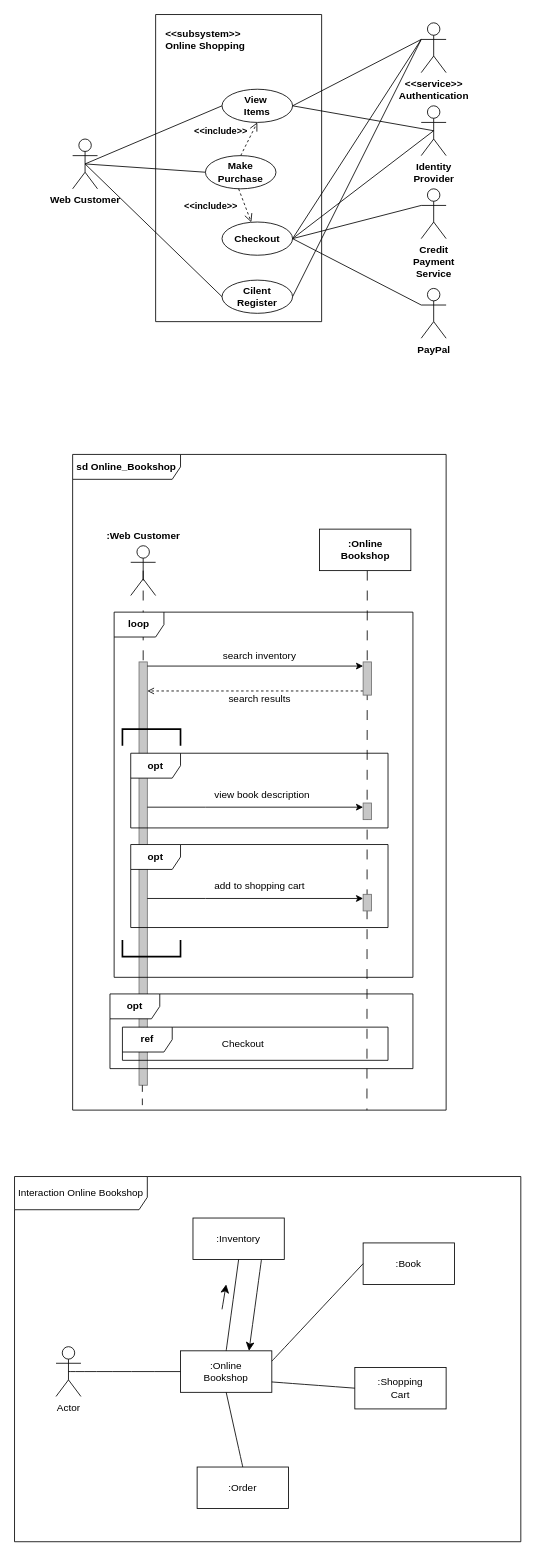
This is Use Case Diagram.drawio from TrgPhan/OOAD-IAI-2025-by-Phan-Quang-Truong-K68AAI1, a draw.io file, before an edit. Source tidied: cells renumbered, new cells numbered last; positions are measured from the earlier drawing's top-left corner, leaving out a move shared by most shapes. Both pictures are drawn from the tidied source at 83%, with x=0, y=0 at pixel (14, 14).
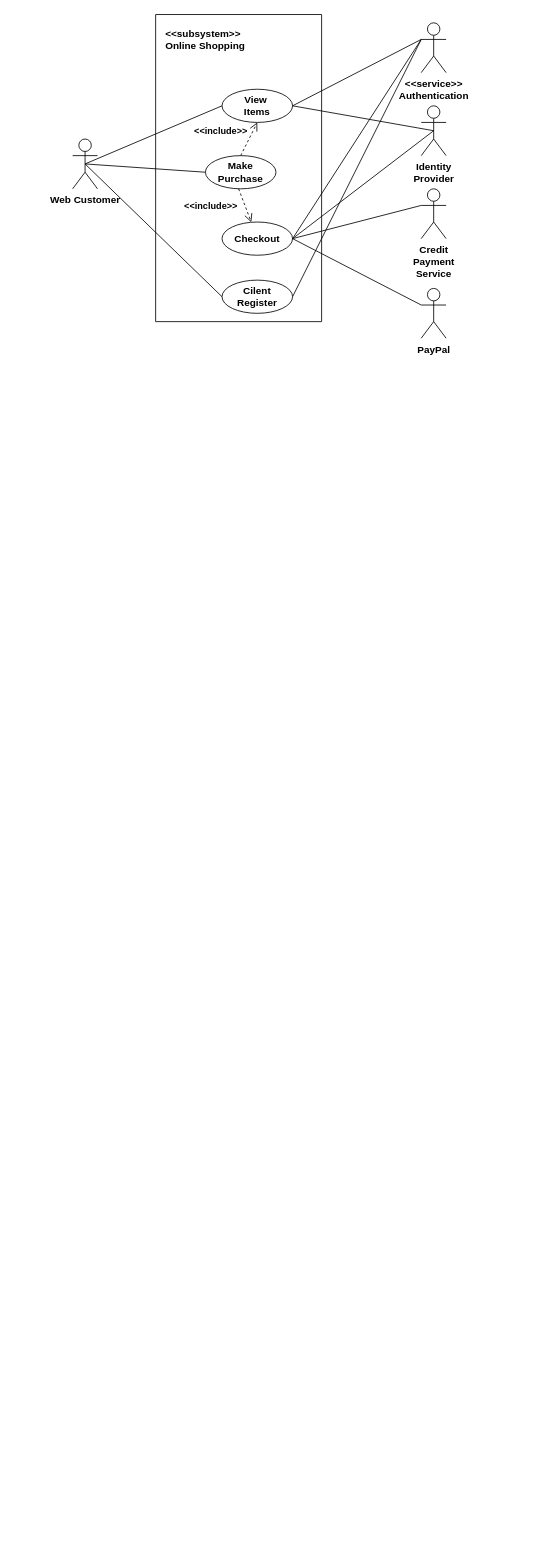
The same diagram, later.

Change to the diagram source:
```diff
@@
-    <mxCell id="2" style="edgeStyle=orthogonalEdgeStyle;rounded=0;orthogonalLoop=1;jettySize=auto;html=1;entryX=0.788;entryY=1.008;entryDx=0;entryDy=0;entryPerimeter=0;dashed=1;dashPattern=12 12;endArrow=none;startFill=0;" parent="1" edge="1">
-      <mxGeometry relative="1" as="geometry">
-        <mxPoint x="425" y="670" as="sourcePoint" />
-        <mxPoint x="424.6" y="1320" as="targetPoint" />
-        <Array as="points">
-          <mxPoint x="425" y="670" />
-        </Array>
-      </mxGeometry>
-    </mxCell>
@@
-    <mxCell id="27" value="sd Online_Bookshop" style="shape=umlFrame;whiteSpace=wrap;html=1;width=130;height=30;fontStyle=1;" parent="1" vertex="1">
-      <mxGeometry x="70" y="530" width="450" height="790" as="geometry" />
-    </mxCell>
-    <mxCell id="28" style="edgeStyle=orthogonalEdgeStyle;rounded=0;jettySize=auto;html=1;exitX=0.5;exitY=0.5;exitDx=0;exitDy=0;exitPerimeter=0;endArrow=none;startFill=0;dashed=1;dashPattern=12 12;fontStyle=1;" parent="1" edge="1" source="29" target="30">
-      <mxGeometry relative="1" as="geometry">
-        <Array as="points">
-          <mxPoint x="155" y="820" />
-          <mxPoint x="155" y="820" />
-        </Array>
-      </mxGeometry>
-    </mxCell>
-    <mxCell id="29" value=":Web Customer" style="shape=umlActor;verticalLabelPosition=bottom;verticalAlign=top;html=1;spacingTop=-85;fontStyle=1;" parent="1" vertex="1">
-      <mxGeometry x="140" y="640" width="30" height="60" as="geometry" />
-    </mxCell>
-    <mxCell id="30" style="html=1;points=[[0,0,0,0,5],[0,1,0,0,-5],[1,0,0,0,5],[1,1,0,0,-5]];perimeter=orthogonalPerimeter;outlineConnect=0;targetShapes=umlLifeline;portConstraint=eastwest;newEdgeStyle={&quot;curved&quot;:0,&quot;rounded&quot;:0};fillColor=light-dark(#c7c7c7, #ededed);strokeColor=light-dark(#707070, #ededed);fontStyle=1;" parent="1" vertex="1">
-      <mxGeometry x="150" y="780" width="10" height="510" as="geometry" />
-    </mxCell>
-    <mxCell id="31" value="loop" style="shape=umlFrame;whiteSpace=wrap;html=1;fontStyle=1;" parent="1" vertex="1">
-      <mxGeometry x="120" y="720" width="360" height="440" as="geometry" />
-    </mxCell>
-    <mxCell id="32" style="html=1;verticalAlign=bottom;endArrow=none;dashed=1;endSize=8;curved=0;rounded=0;startFill=0;dashPattern=8 8;fontStyle=1;" parent="1" edge="1" source="30">
-      <mxGeometry x="-0.28" y="16" relative="1" as="geometry">
-        <mxPoint x="154" y="1320" as="targetPoint" />
-      </mxGeometry>
-    </mxCell>
-    <mxCell id="33" value="opt" style="shape=umlFrame;whiteSpace=wrap;html=1;fontStyle=1;" parent="1" vertex="1">
-      <mxGeometry x="140" y="890" width="310" height="90" as="geometry" />
-    </mxCell>
-    <mxCell id="34" value="opt" style="shape=umlFrame;whiteSpace=wrap;html=1;fontStyle=1;" parent="1" vertex="1">
-      <mxGeometry x="140" y="1000" width="310" height="100" as="geometry" />
-    </mxCell>
-    <mxCell id="35" value="opt" style="shape=umlFrame;whiteSpace=wrap;html=1;fontStyle=1;" parent="1" vertex="1">
-      <mxGeometry x="115" y="1180" width="365" height="90" as="geometry" />
-    </mxCell>
-    <mxCell id="36" value="Checkout" style="text;html=1;align=center;verticalAlign=middle;strokeColor=none;fillColor=none;" parent="1" vertex="1">
-      <mxGeometry x="240" y="1225" width="70" height="30" as="geometry" />
-    </mxCell>
-    <mxCell id="37" value=":Online&lt;div&gt;Bookshop&lt;/div&gt;" style="html=1;whiteSpace=wrap;fontStyle=1;" parent="1" vertex="1">
-      <mxGeometry x="367.5" y="620" width="110" height="50" as="geometry" />
-    </mxCell>
-    <mxCell id="38" style="edgeStyle=orthogonalEdgeStyle;rounded=0;jettySize=auto;html=1;curved=0;exitX=0;exitY=1;exitDx=0;exitDy=-5;exitPerimeter=0;dashed=1;endArrow=open;endFill=0;" parent="1" edge="1" source="39" target="30">
-      <mxGeometry relative="1" as="geometry">
-        <Array as="points">
-          <mxPoint x="230" y="815" />
-          <mxPoint x="230" y="815" />
-        </Array>
-      </mxGeometry>
-    </mxCell>
-    <mxCell id="39" style="html=1;points=[[0,0,0,0,5],[0,1,0,0,-5],[1,0,0,0,5],[1,1,0,0,-5]];perimeter=orthogonalPerimeter;outlineConnect=0;targetShapes=umlLifeline;portConstraint=eastwest;newEdgeStyle={&quot;curved&quot;:0,&quot;rounded&quot;:0};fillColor=light-dark(#c7c7c7, #ededed);strokeColor=light-dark(#707070, #ededed);" parent="1" vertex="1">
-      <mxGeometry x="420" y="780" width="10" height="40" as="geometry" />
-    </mxCell>
-    <mxCell id="40" style="edgeStyle=orthogonalEdgeStyle;rounded=0;jettySize=auto;html=1;curved=0;exitX=1;exitY=0;exitDx=0;exitDy=5;exitPerimeter=0;entryX=0;entryY=0;entryDx=0;entryDy=5;entryPerimeter=0;" parent="1" edge="1" source="30" target="39">
-      <mxGeometry relative="1" as="geometry" />
-    </mxCell>
-    <mxCell id="41" value="search inventory" style="text;html=1;align=center;verticalAlign=middle;strokeColor=none;fillColor=none;" parent="1" vertex="1">
-      <mxGeometry x="240" y="758" width="110" height="30" as="geometry" />
-    </mxCell>
-    <mxCell id="42" value="search results" style="text;html=1;align=center;verticalAlign=middle;strokeColor=none;fillColor=none;" parent="1" vertex="1">
-      <mxGeometry x="245" y="810" width="100" height="30" as="geometry" />
-    </mxCell>
-    <mxCell id="43" style="strokeWidth=2;html=1;shape=mxgraph.flowchart.annotation_1;align=left;rotation=90;" parent="1" vertex="1">
-      <mxGeometry x="155" y="836" width="20" height="70" as="geometry" />
-    </mxCell>
-    <mxCell id="44" style="strokeWidth=2;html=1;shape=mxgraph.flowchart.annotation_1;align=left;rotation=-90;" parent="1" vertex="1">
-      <mxGeometry x="155" y="1090" width="20" height="70" as="geometry" />
-    </mxCell>
-    <mxCell id="45" style="html=1;points=[[0,0,0,0,5],[0,1,0,0,-5],[1,0,0,0,5],[1,1,0,0,-5]];perimeter=orthogonalPerimeter;outlineConnect=0;targetShapes=umlLifeline;portConstraint=eastwest;newEdgeStyle={&quot;curved&quot;:0,&quot;rounded&quot;:0};fillColor=light-dark(#c7c7c7, #ededed);strokeColor=light-dark(#707070, #ededed);" parent="1" vertex="1">
-      <mxGeometry x="420" y="950" width="10" height="20" as="geometry" />
-    </mxCell>
-    <mxCell id="46" style="edgeStyle=orthogonalEdgeStyle;rounded=0;jettySize=auto;html=1;curved=0;exitX=0;exitY=0;exitDx=0;exitDy=5;exitPerimeter=0;endArrow=none;startFill=1;startArrow=classic;" parent="1" edge="1" source="45" target="30">
-      <mxGeometry relative="1" as="geometry">
-        <Array as="points">
-          <mxPoint x="230" y="955" />
-          <mxPoint x="230" y="955" />
-        </Array>
-      </mxGeometry>
-    </mxCell>
-    <mxCell id="47" value="view book description" style="text;html=1;align=center;verticalAlign=middle;strokeColor=none;fillColor=none;" parent="1" vertex="1">
-      <mxGeometry x="227.5" y="925" width="140" height="30" as="geometry" />
-    </mxCell>
-    <mxCell id="48" style="edgeStyle=orthogonalEdgeStyle;rounded=0;jettySize=auto;html=1;curved=0;exitX=0;exitY=0;exitDx=0;exitDy=5;exitPerimeter=0;startArrow=classic;startFill=1;endArrow=none;" parent="1" edge="1" source="49" target="30">
-      <mxGeometry relative="1" as="geometry">
-        <Array as="points">
-          <mxPoint x="230" y="1065" />
-          <mxPoint x="230" y="1065" />
-        </Array>
-      </mxGeometry>
-    </mxCell>
-    <mxCell id="49" style="html=1;points=[[0,0,0,0,5],[0,1,0,0,-5],[1,0,0,0,5],[1,1,0,0,-5]];perimeter=orthogonalPerimeter;outlineConnect=0;targetShapes=umlLifeline;portConstraint=eastwest;newEdgeStyle={&quot;curved&quot;:0,&quot;rounded&quot;:0};fillColor=light-dark(#c7c7c7, #ededed);strokeColor=light-dark(#707070, #ededed);" parent="1" vertex="1">
-      <mxGeometry x="420" y="1060" width="10" height="20" as="geometry" />
-    </mxCell>
-    <mxCell id="50" value="add to shopping cart" style="text;html=1;align=center;verticalAlign=middle;strokeColor=none;fillColor=none;" parent="1" vertex="1">
-      <mxGeometry x="230" y="1035" width="130" height="30" as="geometry" />
-    </mxCell>
-    <mxCell id="51" value="ref" style="shape=umlFrame;whiteSpace=wrap;html=1;fontStyle=1;" parent="1" vertex="1">
-      <mxGeometry x="130" y="1220" width="320" height="40" as="geometry" />
-    </mxCell>
-    <mxCell id="52" value="Interaction Online Bookshop" style="shape=umlFrame;whiteSpace=wrap;html=1;width=160;height=40;" parent="1" vertex="1">
-      <mxGeometry y="1400" width="610" height="440" as="geometry" />
-    </mxCell>
-    <mxCell id="53" value="Actor" style="shape=umlActor;verticalLabelPosition=bottom;verticalAlign=top;html=1;outlineConnect=0;" parent="1" vertex="1">
-      <mxGeometry x="50" y="1605" width="30" height="60" as="geometry" />
-    </mxCell>
-    <mxCell id="54" value=":Online&lt;div&gt;Bookshop&lt;/div&gt;" style="html=1;whiteSpace=wrap;" parent="1" vertex="1">
-      <mxGeometry x="200" y="1610" width="110" height="50" as="geometry" />
-    </mxCell>
-    <mxCell id="55" style="edgeStyle=none;curved=1;rounded=0;jettySize=auto;html=1;exitX=0.75;exitY=1;exitDx=0;exitDy=0;entryX=0.75;entryY=0;entryDx=0;entryDy=0;fontSize=12;startSize=8;endSize=8;" parent="1" edge="1" source="56" target="54">
-      <mxGeometry relative="1" as="geometry" />
-    </mxCell>
-    <mxCell id="56" value=":Inventory" style="html=1;whiteSpace=wrap;" parent="1" vertex="1">
-      <mxGeometry x="215" y="1450" width="110" height="50" as="geometry" />
-    </mxCell>
-    <mxCell id="57" value=":Shopping&lt;div&gt;Cart&lt;/div&gt;" style="html=1;whiteSpace=wrap;" parent="1" vertex="1">
-      <mxGeometry x="410" y="1630" width="110" height="50" as="geometry" />
-    </mxCell>
-    <mxCell id="58" value=":Book" style="html=1;whiteSpace=wrap;" parent="1" vertex="1">
-      <mxGeometry x="420" y="1480" width="110" height="50" as="geometry" />
-    </mxCell>
-    <mxCell id="59" value=":Order" style="html=1;whiteSpace=wrap;" parent="1" vertex="1">
-      <mxGeometry x="220" y="1750" width="110" height="50" as="geometry" />
-    </mxCell>
-    <mxCell id="60" style="endArrow=none;html=1;rounded=0;fontSize=12;startSize=8;endSize=8;curved=1;exitX=0.5;exitY=0.5;exitDx=0;exitDy=0;exitPerimeter=0;entryX=0;entryY=0.5;entryDx=0;entryDy=0;" parent="1" edge="1" source="53" target="54">
-      <mxGeometry relative="1" as="geometry" />
-    </mxCell>
-    <mxCell id="61" style="endArrow=none;html=1;rounded=0;fontSize=12;startSize=8;endSize=8;curved=1;exitX=0.5;exitY=0;exitDx=0;exitDy=0;entryX=0.5;entryY=1;entryDx=0;entryDy=0;" parent="1" edge="1" source="54" target="56">
-      <mxGeometry relative="1" as="geometry" />
-    </mxCell>
-    <mxCell id="62" style="endArrow=none;html=1;rounded=0;fontSize=12;startSize=8;endSize=8;curved=1;entryX=0.5;entryY=1;entryDx=0;entryDy=0;exitX=0.5;exitY=0;exitDx=0;exitDy=0;" parent="1" edge="1" source="59" target="54">
-      <mxGeometry relative="1" as="geometry" />
-    </mxCell>
-    <mxCell id="63" style="endArrow=none;html=1;rounded=0;fontSize=12;startSize=8;endSize=8;curved=1;exitX=1;exitY=0.75;exitDx=0;exitDy=0;entryX=0;entryY=0.5;entryDx=0;entryDy=0;" parent="1" edge="1" source="54" target="57">
-      <mxGeometry relative="1" as="geometry" />
-    </mxCell>
-    <mxCell id="64" style="endArrow=none;html=1;rounded=0;fontSize=12;startSize=8;endSize=8;curved=1;exitX=1;exitY=0.25;exitDx=0;exitDy=0;entryX=0;entryY=0.5;entryDx=0;entryDy=0;" parent="1" edge="1" source="54" target="58">
-      <mxGeometry relative="1" as="geometry" />
-    </mxCell>
-    <mxCell id="65" style="edgeStyle=none;orthogonalLoop=1;jettySize=auto;html=1;rounded=0;fontSize=12;startSize=8;endSize=8;curved=1;entryX=0.5;entryY=1;entryDx=0;entryDy=0;" parent="1" edge="1">
-      <mxGeometry relative="1" as="geometry">
-        <mxPoint x="250" y="1560" as="sourcePoint" />
-        <mxPoint x="255" y="1530" as="targetPoint" />
-      </mxGeometry>
-    </mxCell>
```
